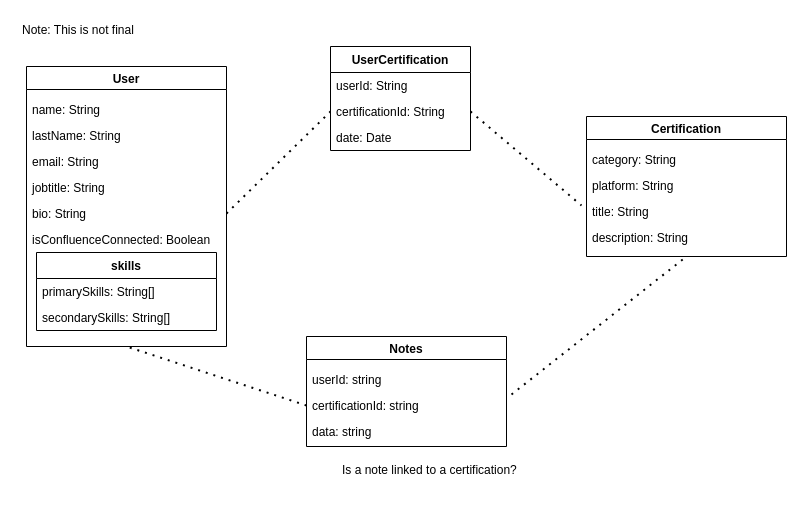
capcodigital/learner-hub keeps this draw.io diagram as functions/images/database.drawio. Above is the earlier version. Source tidied: cells renumbered, new cells numbered last; positions are measured from the earlier drawing's top-left corner, leaving out a move shared by most shapes. Both pictures are drawn from the tidied source at 100%, with x=0, y=0 at pixel (16, 16).
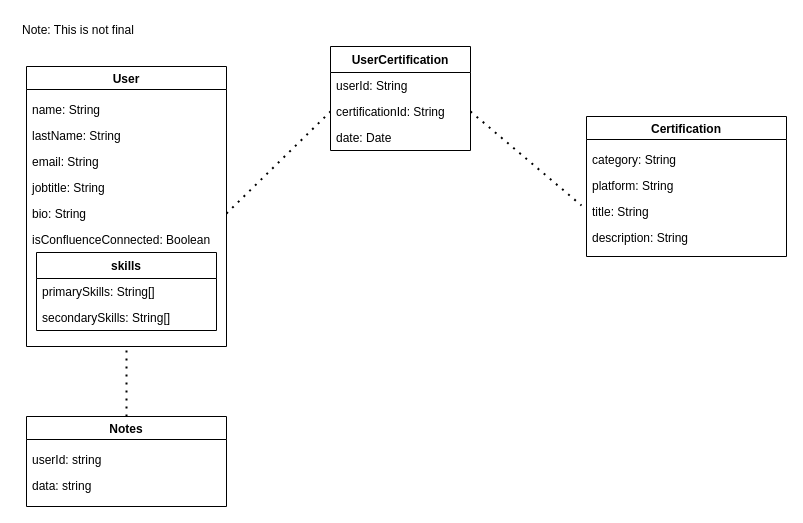
The same diagram, later.

Commit message (it also covers changes not shown here):
[BENCH-758] Updated Database diagram

Unchanged cells that the change refers to:
```xml
<mxCell id="2" value="User" style="swimlane;" parent="1" vertex="1">
  <mxGeometry x="10" y="50" width="200" height="280" as="geometry" />
</mxCell>
<mxCell id="16" value="Certification" style="swimlane;" parent="1" vertex="1">
  <mxGeometry x="570" y="100" width="200" height="140" as="geometry" />
</mxCell>
```

What changed in the source:
```diff
@@
     <mxCell id="12" value="Notes" style="swimlane;" parent="1" vertex="1">
-      <mxGeometry x="290" y="320" width="200" height="110" as="geometry" />
+      <mxGeometry x="10" y="400" width="200" height="90" as="geometry" />
     </mxCell>
@@
-    <mxCell id="14" value="certificationId: string" style="text;strokeColor=none;fillColor=none;align=left;verticalAlign=top;spacingLeft=4;spacingRight=4;overflow=hidden;points=[[0,0.5],[1,0.5]];portConstraint=eastwest;" parent="12" vertex="1">
-      <mxGeometry y="56" width="200" height="26" as="geometry" />
-    </mxCell>
     <mxCell id="15" value="data: string" style="text;strokeColor=none;fillColor=none;align=left;verticalAlign=top;spacingLeft=4;spacingRight=4;overflow=hidden;" parent="12" vertex="1">
-      <mxGeometry y="82" width="200" height="26" as="geometry" />
+      <mxGeometry y="56" width="200" height="26" as="geometry" />
     </mxCell>
@@
-    <mxCell id="22" style="endArrow=none;dashed=1;html=1;dashPattern=1 3;strokeWidth=2;entryX=0.5;entryY=1;entryDx=0;entryDy=0;exitX=0;exitY=0.5;exitDx=0;exitDy=0;" parent="1" edge="1" source="14" target="2">
+    <mxCell id="22" style="endArrow=none;dashed=1;html=1;dashPattern=1 3;strokeWidth=2;entryX=0.5;entryY=1;entryDx=0;entryDy=0;" parent="1" edge="1" source="12" target="2">
       <mxGeometry relative="1" as="geometry" />
     </mxCell>
-    <mxCell id="23" style="endArrow=none;dashed=1;html=1;dashPattern=1 3;strokeWidth=2;entryX=0.5;entryY=1;entryDx=0;entryDy=0;exitX=1.025;exitY=0.077;exitDx=0;exitDy=0;exitPerimeter=0;" parent="1" edge="1" source="14" target="16">
-      <mxGeometry relative="1" as="geometry" />
-    </mxCell>
@@
-    <mxCell id="30" value="Is a note linked to a certification?" style="text;strokeColor=none;fillColor=none;align=left;verticalAlign=top;spacingLeft=4;spacingRight=4;overflow=hidden;" parent="1" vertex="1">
-      <mxGeometry x="320" y="440" width="200" height="26" as="geometry" />
-    </mxCell>
```
